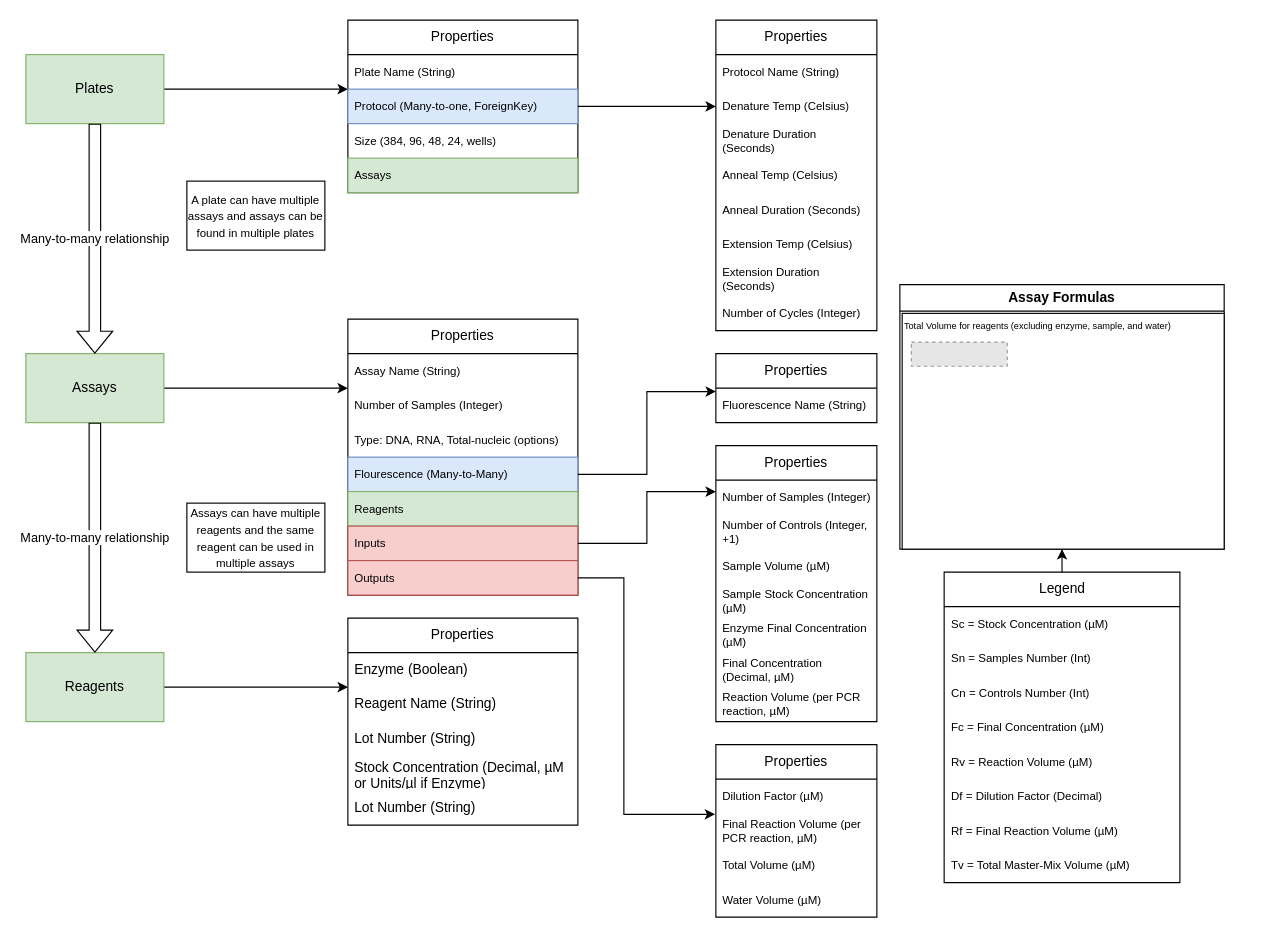
The draw.io diagram page "Plate Schema" (5 of 5) of Untitled Diagram.drawio in FusRaDa/pcr-paperwork-website-draw, before the edit. Source tidied: cells renumbered, new cells numbered last; positions are measured from the earlier drawing's top-left corner, leaving out a move shared by most shapes. Both pictures are drawn from the tidied source at 115%, with x=0, y=0 at pixel (25, 20). Pictures stored in the file or linked from it are replaced by grey dashed boxes.
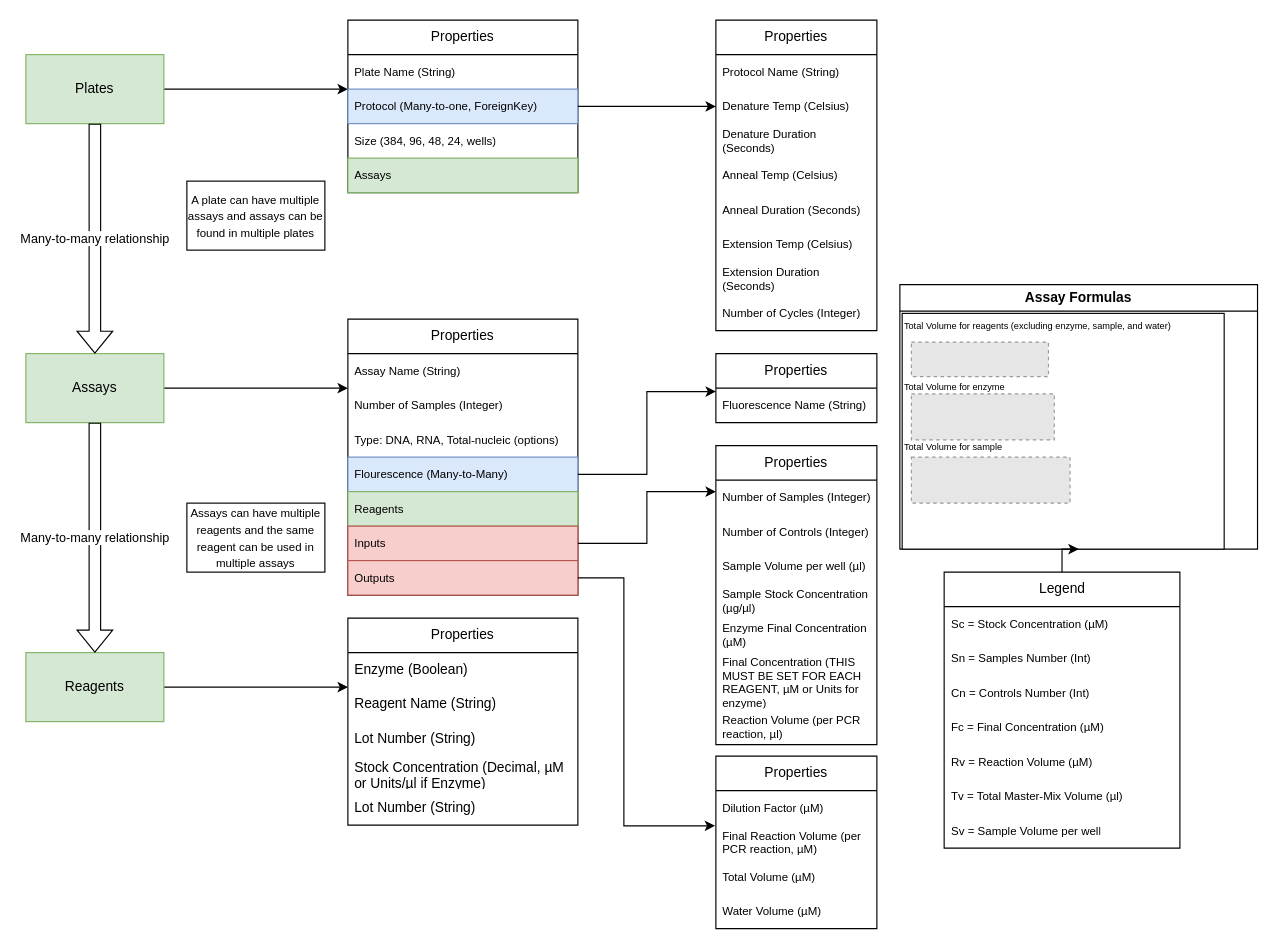
After the change.

Unchanged cells that the change refers to:
```xml
<mxCell id="34" value="Outputs" style="text;strokeColor=#b85450;fillColor=#f8cecc;align=left;verticalAlign=middle;spacingLeft=4;spacingRight=4;overflow=hidden;points=[[0,0.5],[1,0.5]];portConstraint=eastwest;whiteSpace=wrap;html=1;fontSize=10;" parent="27" vertex="1">
  <mxGeometry y="210" width="200" height="30" as="geometry" />
</mxCell>
<mxCell id="56" value="Final Reaction Volume (per PCR reaction, µM)" style="text;strokeColor=none;fillColor=none;align=left;verticalAlign=middle;spacingLeft=4;spacingRight=4;overflow=hidden;points=[[0,0.5],[1,0.5]];portConstraint=eastwest;whiteSpace=wrap;html=1;fontSize=10;" parent="54" vertex="1">
  <mxGeometry y="60" width="140" height="30" as="geometry" />
</mxCell>
```

Diff of the diagram source:
```diff
@@
     <mxCell id="44" value="Properties" style="swimlane;fontStyle=0;horizontal=1;startSize=30;whiteSpace=wrap;html=1;" parent="1" vertex="1">
-      <mxGeometry x="600" y="370" width="140" height="240" as="geometry" />
+      <mxGeometry x="600" y="370" width="140" height="260" as="geometry" />
     </mxCell>
@@
-    <mxCell id="46" value="Number of Controls (Integer, +1)" style="text;strokeColor=none;fillColor=none;align=left;verticalAlign=middle;spacingLeft=4;spacingRight=4;overflow=hidden;whiteSpace=wrap;html=1;fontSize=10;" parent="44" vertex="1">
+    <mxCell id="46" value="Number of Controls (Integer)" style="text;strokeColor=none;fillColor=none;align=left;verticalAlign=middle;spacingLeft=4;spacingRight=4;overflow=hidden;whiteSpace=wrap;html=1;fontSize=10;" parent="44" vertex="1">
       <mxGeometry y="60" width="140" height="30" as="geometry" />
     </mxCell>
-    <mxCell id="47" value="Sample Volume (µM)" style="text;strokeColor=none;fillColor=none;align=left;verticalAlign=middle;spacingLeft=4;spacingRight=4;overflow=hidden;whiteSpace=wrap;html=1;fontSize=10;" parent="44" vertex="1">
+    <mxCell id="47" value="Sample Volume per well (µl)" style="text;strokeColor=none;fillColor=none;align=left;verticalAlign=middle;spacingLeft=4;spacingRight=4;overflow=hidden;whiteSpace=wrap;html=1;fontSize=10;" parent="44" vertex="1">
       <mxGeometry y="90" width="140" height="30" as="geometry" />
     </mxCell>
-    <mxCell id="48" value="Sample Stock Concentration (µM)" style="text;strokeColor=none;fillColor=none;align=left;verticalAlign=middle;spacingLeft=4;spacingRight=4;overflow=hidden;whiteSpace=wrap;html=1;fontSize=10;" parent="44" vertex="1">
+    <mxCell id="48" value="Sample Stock Concentration (µg/µl)" style="text;strokeColor=none;fillColor=none;align=left;verticalAlign=middle;spacingLeft=4;spacingRight=4;overflow=hidden;whiteSpace=wrap;html=1;fontSize=10;" parent="44" vertex="1">
       <mxGeometry y="120" width="140" height="30" as="geometry" />
     </mxCell>
@@
-    <mxCell id="50" value="Final Concentration (Decimal,&amp;nbsp;µM)" style="text;strokeColor=none;fillColor=none;align=left;verticalAlign=middle;spacingLeft=4;spacingRight=4;overflow=hidden;whiteSpace=wrap;html=1;fontSize=10;" parent="44" vertex="1">
-      <mxGeometry y="180" width="140" height="30" as="geometry" />
+    <mxCell id="50" value="Final Concentration (THIS MUST BE SET FOR EACH REAGENT,&amp;nbsp;µM or Units for enzyme)" style="text;strokeColor=none;fillColor=none;align=left;verticalAlign=middle;spacingLeft=4;spacingRight=4;overflow=hidden;whiteSpace=wrap;html=1;fontSize=10;" parent="44" vertex="1">
+      <mxGeometry y="180" width="140" height="50" as="geometry" />
     </mxCell>
-    <mxCell id="51" value="Reaction Volume (per PCR reaction,&amp;nbsp;µM)" style="text;strokeColor=none;fillColor=none;align=left;verticalAlign=middle;spacingLeft=4;spacingRight=4;overflow=hidden;whiteSpace=wrap;html=1;fontSize=10;" parent="44" vertex="1">
-      <mxGeometry y="210" width="140" height="30" as="geometry" />
+    <mxCell id="51" value="Reaction Volume (per PCR reaction,&amp;nbsp;µl)" style="text;strokeColor=none;fillColor=none;align=left;verticalAlign=middle;spacingLeft=4;spacingRight=4;overflow=hidden;whiteSpace=wrap;html=1;fontSize=10;" parent="44" vertex="1">
+      <mxGeometry y="230" width="140" height="30" as="geometry" />
     </mxCell>
@@
     <mxCell id="53" style="edgeStyle=orthogonalEdgeStyle;rounded=0;jettySize=auto;html=1;entryX=-0.005;entryY=0.02;entryDx=0;entryDy=0;entryPerimeter=0;" parent="1" edge="1" source="34" target="56">
       <mxGeometry relative="1" as="geometry">
         <Array as="points">
           <mxPoint x="520" y="485" />
-          <mxPoint x="520" y="691" />
+          <mxPoint x="520" y="700" />
+          <mxPoint x="599" y="700" />
         </Array>
       </mxGeometry>
     </mxCell>
     <mxCell id="54" value="Properties" style="swimlane;fontStyle=0;horizontal=1;startSize=30;whiteSpace=wrap;html=1;" parent="1" vertex="1">
-      <mxGeometry x="600" y="630" width="140" height="150" as="geometry" />
+      <mxGeometry x="600" y="640" width="140" height="150" as="geometry" />
     </mxCell>
@@
     <mxCell id="59" value="Assay Formulas" style="swimlane;whiteSpace=wrap;html=1;" parent="1" vertex="1">
-      <mxGeometry x="760" y="230" width="282" height="230" as="geometry" />
+      <mxGeometry x="760" y="230" width="311" height="230" as="geometry" />
     </mxCell>
-    <mxCell id="60" value="Total Volume for reagents (excluding enzyme, sample, and water)&lt;br&gt;&lt;p class=&quot;MsoNormal&quot;&gt;&lt;br&gt;&lt;/p&gt;&lt;p class=&quot;MsoNormal&quot;&gt;&lt;br&gt;&lt;/p&gt;&lt;p class=&quot;MsoNormal&quot;&gt;&lt;br&gt;&lt;/p&gt;&lt;p class=&quot;MsoNormal&quot;&gt;&lt;br&gt;&lt;/p&gt;&lt;p class=&quot;MsoNormal&quot;&gt;&lt;br&gt;&lt;/p&gt;&lt;p class=&quot;MsoNormal&quot;&gt;&lt;br&gt;&lt;/p&gt;&lt;p class=&quot;MsoNormal&quot;&gt;&lt;br&gt;&lt;/p&gt;&lt;p class=&quot;MsoNormal&quot;&gt;&lt;br&gt;&lt;/p&gt;&lt;p class=&quot;MsoNormal&quot;&gt;&lt;br&gt;&lt;/p&gt;&lt;p class=&quot;MsoNormal&quot;&gt;&lt;br&gt;&lt;/p&gt;" style="rounded=0;whiteSpace=wrap;html=1;fontSize=8;align=left;" parent="59" vertex="1">
+    <mxCell id="60" value="Total Volume for reagents (excluding enzyme, sample, and water)&lt;br&gt;&lt;p class=&quot;MsoNormal&quot;&gt;&lt;br&gt;&lt;/p&gt;&lt;p class=&quot;MsoNormal&quot;&gt;&lt;br&gt;&lt;/p&gt;&lt;p class=&quot;MsoNormal&quot;&gt;Total Volume for enzyme&lt;/p&gt;&lt;p class=&quot;MsoNormal&quot;&gt;&lt;br&gt;&lt;/p&gt;&lt;p class=&quot;MsoNormal&quot;&gt;&lt;br&gt;&lt;/p&gt;&lt;p class=&quot;MsoNormal&quot;&gt;Total Volume for sample&lt;/p&gt;&lt;p class=&quot;MsoNormal&quot;&gt;&lt;br&gt;&lt;/p&gt;&lt;p class=&quot;MsoNormal&quot;&gt;&lt;br&gt;&lt;/p&gt;&lt;p class=&quot;MsoNormal&quot;&gt;&lt;br&gt;&lt;/p&gt;&lt;p class=&quot;MsoNormal&quot;&gt;&lt;br&gt;&lt;/p&gt;" style="rounded=0;whiteSpace=wrap;html=1;fontSize=8;align=left;" parent="59" vertex="1">
       <mxGeometry x="2" y="25" width="280" height="205" as="geometry" />
     </mxCell>
     <mxCell id="61" style="fillColor=#E6E6E6;strokeColor=#999999;dashed=1;verticalLabelPosition=bottom;labelBackgroundColor=default;verticalAlign=top;" parent="59" vertex="1">
-      <mxGeometry x="10" y="50" width="83.4" height="21" as="geometry" />
+      <mxGeometry x="10" y="50" width="119.2" height="30" as="geometry" />
     </mxCell>
+    <mxCell id="72" style="fillColor=#E6E6E6;strokeColor=#999999;dashed=1;verticalLabelPosition=bottom;labelBackgroundColor=default;verticalAlign=top;" parent="59" vertex="1">
+      <mxGeometry x="10" y="95" width="124.3" height="40" as="geometry" />
+    </mxCell>
+    <mxCell id="73" style="fillColor=#E6E6E6;strokeColor=#999999;dashed=1;verticalLabelPosition=bottom;labelBackgroundColor=default;verticalAlign=top;" parent="59" vertex="1">
+      <mxGeometry x="10" y="150" width="138" height="40" as="geometry" />
+    </mxCell>
@@
     <mxCell id="63" value="Legend" style="swimlane;fontStyle=0;horizontal=1;startSize=30;whiteSpace=wrap;html=1;" parent="1" vertex="1">
-      <mxGeometry x="798.5" y="480" width="205" height="270" as="geometry" />
+      <mxGeometry x="798.5" y="480" width="205" height="240" as="geometry" />
     </mxCell>
@@
-    <mxCell id="69" value="Df = Dilution Factor (Decimal)" style="text;strokeColor=none;fillColor=none;align=left;verticalAlign=middle;spacingLeft=4;spacingRight=4;overflow=hidden;whiteSpace=wrap;html=1;fontSize=10;" parent="63" vertex="1">
-      <mxGeometry y="180" width="205" height="30" as="geometry" />
-    </mxCell>
-    <mxCell id="70" value="Rf = Final Reaction Volume (µM)" style="text;strokeColor=none;fillColor=none;align=left;verticalAlign=middle;spacingLeft=4;spacingRight=4;overflow=hidden;whiteSpace=wrap;html=1;fontSize=10;" parent="63" vertex="1">
-      <mxGeometry y="210" width="205" height="30" as="geometry" />
-    </mxCell>
-    <mxCell id="71" value="Tv = Total Master-Mix Volume (µM)" style="text;strokeColor=none;fillColor=none;align=left;verticalAlign=middle;spacingLeft=4;spacingRight=4;overflow=hidden;whiteSpace=wrap;html=1;fontSize=10;" parent="63" vertex="1">
-      <mxGeometry y="240" width="205" height="30" as="geometry" />
+    <mxCell id="71" value="Tv = Total Master-Mix Volume (µl)" style="text;strokeColor=none;fillColor=none;align=left;verticalAlign=middle;spacingLeft=4;spacingRight=4;overflow=hidden;whiteSpace=wrap;html=1;fontSize=10;" parent="63" vertex="1">
+      <mxGeometry y="180" width="205" height="30" as="geometry" />
     </mxCell>
+    <mxCell id="74" value="Sv = Sample Volume per well" style="text;strokeColor=none;fillColor=none;align=left;verticalAlign=middle;spacingLeft=4;spacingRight=4;overflow=hidden;whiteSpace=wrap;html=1;fontSize=10;" parent="63" vertex="1">
+      <mxGeometry y="210" width="205" height="30" as="geometry" />
+    </mxCell>
```
